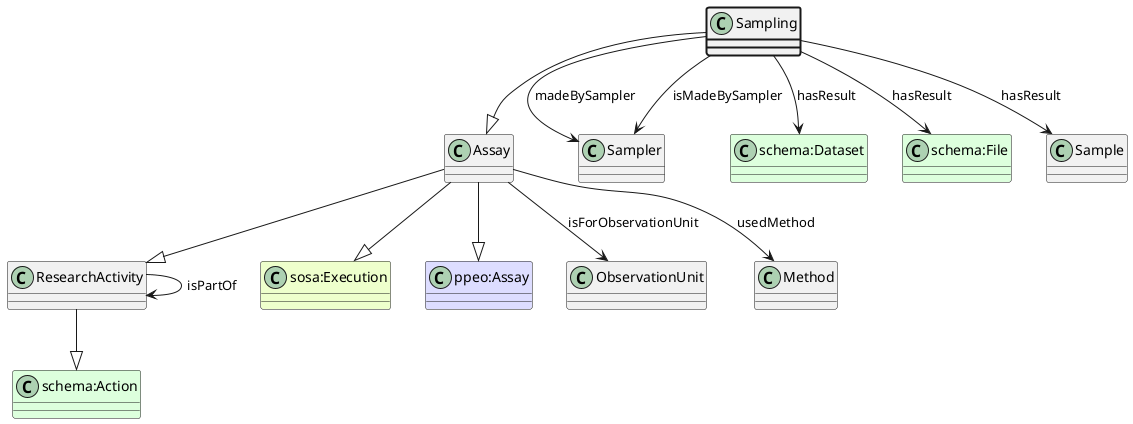
Earlier version of the PlantUML export ttl_uml/ttl_appn_Sampling.png (aus-plant-phenomics-network/appn-schema).
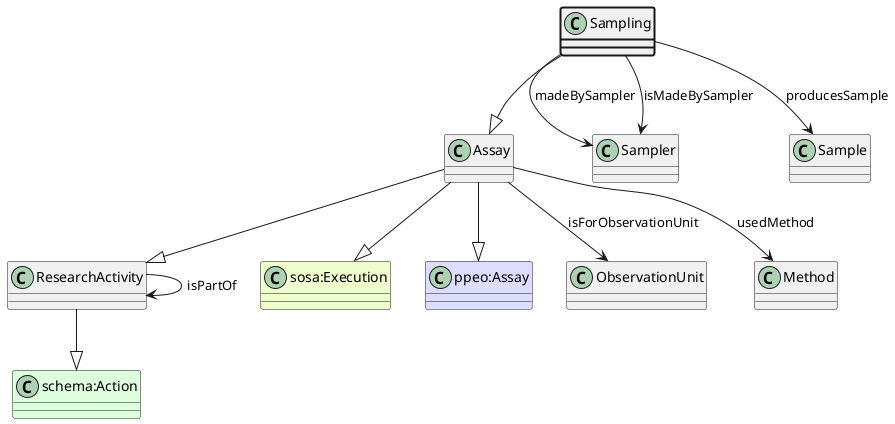
After the change.

The edit, as a diff of the source:
```diff
@@ -12,12 +12,8 @@
 Sampling --|> Assay
 class Sampler
 Sampling --> Sampler : madeBySampler
-class "schema:Dataset" #DDFFDD
-Sampling --> "schema:Dataset" : hasResult
-class "schema:File" #DDFFDD
-Sampling --> "schema:File" : hasResult
 class Sample
-Sampling --> Sample : hasResult
+Sampling --> Sample : producesSample
 class Sampler
 Sampling --> Sampler : isMadeBySampler
 class ObservationUnit
```
